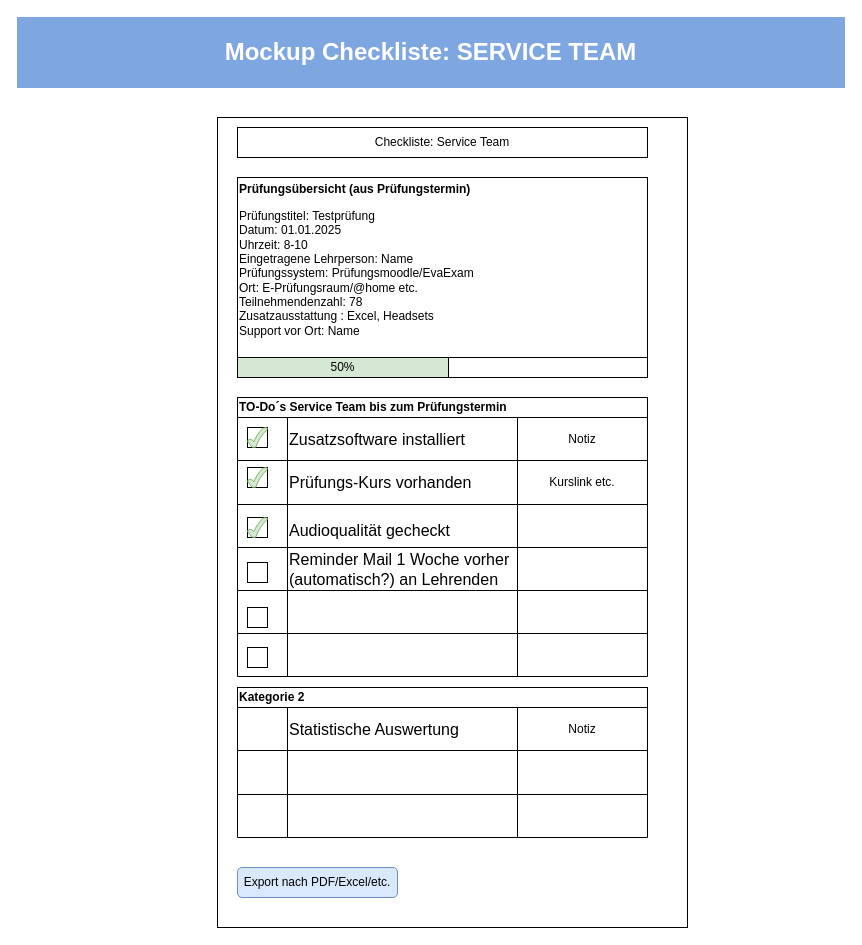
Above: page "Checkliste" (2 of 2) of serviceteam.drawio in melanietreitinger/buchungstool (draw.io), before the change. Source tidied: cells renumbered, new cells numbered last; positions are measured from the earlier drawing's top-left corner, leaving out a move shared by most shapes. Both pictures are drawn from the tidied source at 100%, with x=0, y=0 at pixel (17, 17).
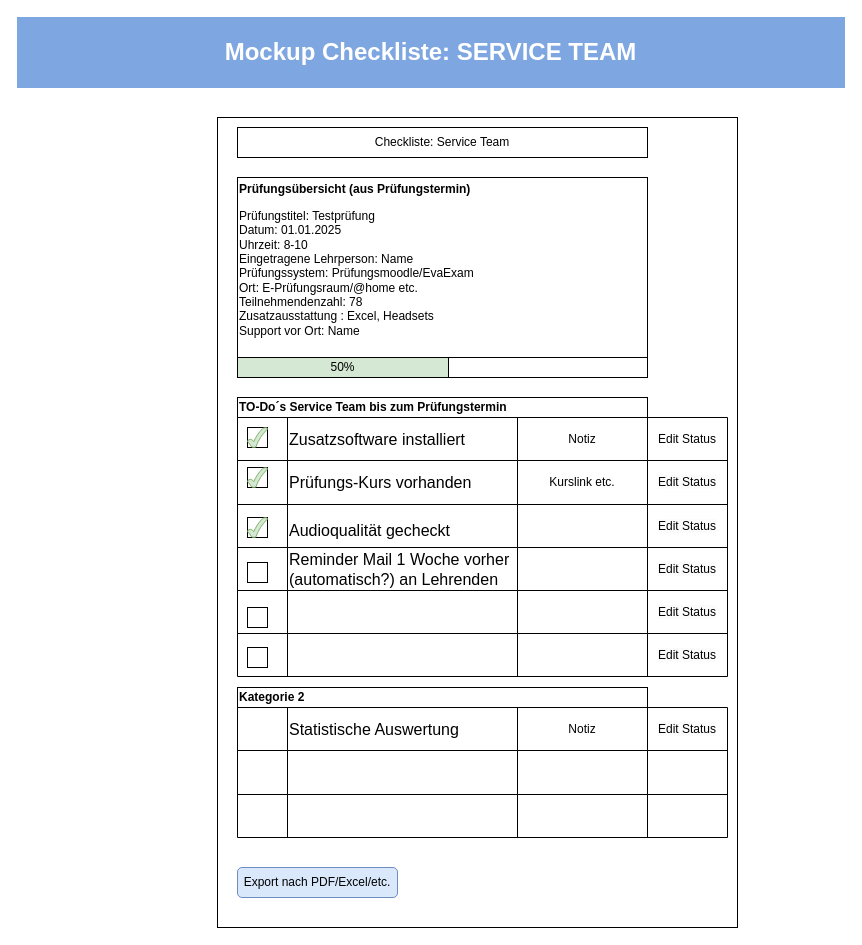
Above is the later version.

What changed in the source:
```diff
@@
     <mxCell id="3" style="rounded=0;whiteSpace=wrap;html=1;" parent="1" vertex="1">
-      <mxGeometry x="200" y="100" width="470" height="810" as="geometry" />
+      <mxGeometry x="200" y="100" width="520" height="810" as="geometry" />
     </mxCell>
@@
     <mxCell id="6" style="shape=table;startSize=0;childLayout=tableLayout;align=left;" parent="1" vertex="1">
-      <mxGeometry x="220" y="400" width="410" height="259" as="geometry" />
+      <mxGeometry x="220" y="400" width="490" height="259" as="geometry" />
     </mxCell>
     <mxCell id="7" style="shape=tableRow;horizontal=0;startSize=0;swimlaneHead=0;swimlaneBody=0;strokeColor=inherit;top=0;left=0;bottom=0;right=0;fillColor=none;align=left;" parent="6" vertex="1">
-      <mxGeometry width="410" height="43" as="geometry" />
+      <mxGeometry width="490" height="43" as="geometry" />
     </mxCell>
@@
+    <mxCell id="58" value="Edit Status" style="shape=partialRectangle;html=1;whiteSpace=wrap;strokeColor=inherit;overflow=hidden;fillColor=none;top=0;left=0;bottom=0;right=0;" parent="7" vertex="1">
+      <mxGeometry x="410" width="80" height="43" as="geometry" />
+    </mxCell>
     <mxCell id="11" style="shape=tableRow;horizontal=0;startSize=0;swimlaneHead=0;swimlaneBody=0;strokeColor=inherit;top=0;left=0;bottom=0;right=0;fillColor=none;" parent="6" vertex="1">
-      <mxGeometry y="43" width="410" height="44" as="geometry" />
+      <mxGeometry y="43" width="490" height="44" as="geometry" />
     </mxCell>
@@
+    <mxCell id="59" value="&lt;span style=&quot;color: rgb(0, 0, 0); font-family: Helvetica; font-size: 12px; font-style: normal; font-variant-ligatures: normal; font-variant-caps: normal; font-weight: 400; letter-spacing: normal; orphans: 2; text-align: center; text-indent: 0px; text-transform: none; widows: 2; word-spacing: 0px; -webkit-text-stroke-width: 0px; white-space: normal; background-color: rgb(251, 251, 251); text-decoration-thickness: initial; text-decoration-style: initial; text-decoration-color: initial; display: inline !important; float: none;&quot;&gt;Edit Status&lt;/span&gt;" style="shape=partialRectangle;html=1;whiteSpace=wrap;strokeColor=inherit;overflow=hidden;fillColor=none;top=0;left=0;bottom=0;right=0;" parent="11" vertex="1">
+      <mxGeometry x="410" width="80" height="44" as="geometry" />
+    </mxCell>
     <mxCell id="15" style="shape=tableRow;horizontal=0;startSize=0;swimlaneHead=0;swimlaneBody=0;strokeColor=inherit;top=0;left=0;bottom=0;right=0;fillColor=none;" parent="6" vertex="1">
-      <mxGeometry y="87" width="410" height="43" as="geometry" />
+      <mxGeometry y="87" width="490" height="43" as="geometry" />
     </mxCell>
@@
+    <mxCell id="60" value="&lt;span style=&quot;color: rgb(0, 0, 0); font-family: Helvetica; font-size: 12px; font-style: normal; font-variant-ligatures: normal; font-variant-caps: normal; font-weight: 400; letter-spacing: normal; orphans: 2; text-align: center; text-indent: 0px; text-transform: none; widows: 2; word-spacing: 0px; -webkit-text-stroke-width: 0px; white-space: normal; background-color: rgb(251, 251, 251); text-decoration-thickness: initial; text-decoration-style: initial; text-decoration-color: initial; display: inline !important; float: none;&quot;&gt;Edit Status&lt;/span&gt;" style="shape=partialRectangle;html=1;whiteSpace=wrap;strokeColor=inherit;overflow=hidden;fillColor=none;top=0;left=0;bottom=0;right=0;" parent="15" vertex="1">
+      <mxGeometry x="410" width="80" height="43" as="geometry" />
+    </mxCell>
     <mxCell id="19" style="shape=tableRow;horizontal=0;startSize=0;swimlaneHead=0;swimlaneBody=0;strokeColor=inherit;top=0;left=0;bottom=0;right=0;fillColor=none;" parent="6" vertex="1">
-      <mxGeometry y="130" width="410" height="43" as="geometry" />
+      <mxGeometry y="130" width="490" height="43" as="geometry" />
     </mxCell>
@@
+    <mxCell id="61" value="&lt;span style=&quot;color: rgb(0, 0, 0); font-family: Helvetica; font-size: 12px; font-style: normal; font-variant-ligatures: normal; font-variant-caps: normal; font-weight: 400; letter-spacing: normal; orphans: 2; text-align: center; text-indent: 0px; text-transform: none; widows: 2; word-spacing: 0px; -webkit-text-stroke-width: 0px; white-space: normal; background-color: rgb(251, 251, 251); text-decoration-thickness: initial; text-decoration-style: initial; text-decoration-color: initial; display: inline !important; float: none;&quot;&gt;Edit Status&lt;/span&gt;" style="shape=partialRectangle;html=1;whiteSpace=wrap;strokeColor=inherit;overflow=hidden;fillColor=none;top=0;left=0;bottom=0;right=0;" parent="19" vertex="1">
+      <mxGeometry x="410" width="80" height="43" as="geometry" />
+    </mxCell>
     <mxCell id="23" style="shape=tableRow;horizontal=0;startSize=0;swimlaneHead=0;swimlaneBody=0;strokeColor=inherit;top=0;left=0;bottom=0;right=0;fillColor=none;" parent="6" vertex="1">
-      <mxGeometry y="173" width="410" height="43" as="geometry" />
+      <mxGeometry y="173" width="490" height="43" as="geometry" />
     </mxCell>
@@
+    <mxCell id="62" value="&lt;span style=&quot;color: rgb(0, 0, 0); font-family: Helvetica; font-size: 12px; font-style: normal; font-variant-ligatures: normal; font-variant-caps: normal; font-weight: 400; letter-spacing: normal; orphans: 2; text-align: center; text-indent: 0px; text-transform: none; widows: 2; word-spacing: 0px; -webkit-text-stroke-width: 0px; white-space: normal; background-color: rgb(251, 251, 251); text-decoration-thickness: initial; text-decoration-style: initial; text-decoration-color: initial; display: inline !important; float: none;&quot;&gt;Edit Status&lt;/span&gt;" style="shape=partialRectangle;html=1;whiteSpace=wrap;strokeColor=inherit;overflow=hidden;fillColor=none;top=0;left=0;bottom=0;right=0;" parent="23" vertex="1">
+      <mxGeometry x="410" width="80" height="43" as="geometry" />
+    </mxCell>
     <mxCell id="27" style="shape=tableRow;horizontal=0;startSize=0;swimlaneHead=0;swimlaneBody=0;strokeColor=inherit;top=0;left=0;bottom=0;right=0;fillColor=none;" parent="6" vertex="1">
-      <mxGeometry y="216" width="410" height="43" as="geometry" />
+      <mxGeometry y="216" width="490" height="43" as="geometry" />
     </mxCell>
@@
+    <mxCell id="63" value="&lt;span style=&quot;color: rgb(0, 0, 0); font-family: Helvetica; font-size: 12px; font-style: normal; font-variant-ligatures: normal; font-variant-caps: normal; font-weight: 400; letter-spacing: normal; orphans: 2; text-align: center; text-indent: 0px; text-transform: none; widows: 2; word-spacing: 0px; -webkit-text-stroke-width: 0px; white-space: normal; background-color: rgb(251, 251, 251); text-decoration-thickness: initial; text-decoration-style: initial; text-decoration-color: initial; display: inline !important; float: none;&quot;&gt;Edit Status&lt;/span&gt;" style="shape=partialRectangle;html=1;whiteSpace=wrap;strokeColor=inherit;overflow=hidden;fillColor=none;top=0;left=0;bottom=0;right=0;" parent="27" vertex="1">
+      <mxGeometry x="410" width="80" height="43" as="geometry" />
+    </mxCell>
@@
     <mxCell id="44" style="shape=table;startSize=0;childLayout=tableLayout;align=left;" parent="1" vertex="1">
-      <mxGeometry x="220" y="690" width="410" height="130" as="geometry" />
+      <mxGeometry x="220" y="690" width="490" height="130" as="geometry" />
     </mxCell>
     <mxCell id="45" style="shape=tableRow;horizontal=0;startSize=0;swimlaneHead=0;swimlaneBody=0;strokeColor=inherit;top=0;left=0;bottom=0;right=0;fillColor=none;align=left;" parent="44" vertex="1">
-      <mxGeometry width="410" height="43" as="geometry" />
+      <mxGeometry width="490" height="43" as="geometry" />
     </mxCell>
@@
+    <mxCell id="64" value="&lt;span style=&quot;color: rgb(0, 0, 0); font-family: Helvetica; font-size: 12px; font-style: normal; font-variant-ligatures: normal; font-variant-caps: normal; font-weight: 400; letter-spacing: normal; orphans: 2; text-align: center; text-indent: 0px; text-transform: none; widows: 2; word-spacing: 0px; -webkit-text-stroke-width: 0px; white-space: normal; background-color: rgb(251, 251, 251); text-decoration-thickness: initial; text-decoration-style: initial; text-decoration-color: initial; display: inline !important; float: none;&quot;&gt;Edit Status&lt;/span&gt;" style="shape=partialRectangle;html=1;whiteSpace=wrap;strokeColor=inherit;overflow=hidden;fillColor=none;top=0;left=0;bottom=0;right=0;" parent="45" vertex="1">
+      <mxGeometry x="410" width="80" height="43" as="geometry" />
+    </mxCell>
     <mxCell id="49" style="shape=tableRow;horizontal=0;startSize=0;swimlaneHead=0;swimlaneBody=0;strokeColor=inherit;top=0;left=0;bottom=0;right=0;fillColor=none;" parent="44" vertex="1">
-      <mxGeometry y="43" width="410" height="44" as="geometry" />
+      <mxGeometry y="43" width="490" height="44" as="geometry" />
     </mxCell>
@@
+    <mxCell id="65" style="shape=partialRectangle;html=1;whiteSpace=wrap;strokeColor=inherit;overflow=hidden;fillColor=none;top=0;left=0;bottom=0;right=0;" parent="49" vertex="1">
+      <mxGeometry x="410" width="80" height="44" as="geometry" />
+    </mxCell>
     <mxCell id="53" style="shape=tableRow;horizontal=0;startSize=0;swimlaneHead=0;swimlaneBody=0;strokeColor=inherit;top=0;left=0;bottom=0;right=0;fillColor=none;" parent="44" vertex="1">
-      <mxGeometry y="87" width="410" height="43" as="geometry" />
+      <mxGeometry y="87" width="490" height="43" as="geometry" />
     </mxCell>
@@
+    <mxCell id="66" style="shape=partialRectangle;html=1;whiteSpace=wrap;strokeColor=inherit;overflow=hidden;fillColor=none;top=0;left=0;bottom=0;right=0;" parent="53" vertex="1">
+      <mxGeometry x="410" width="80" height="43" as="geometry" />
+    </mxCell>
```
